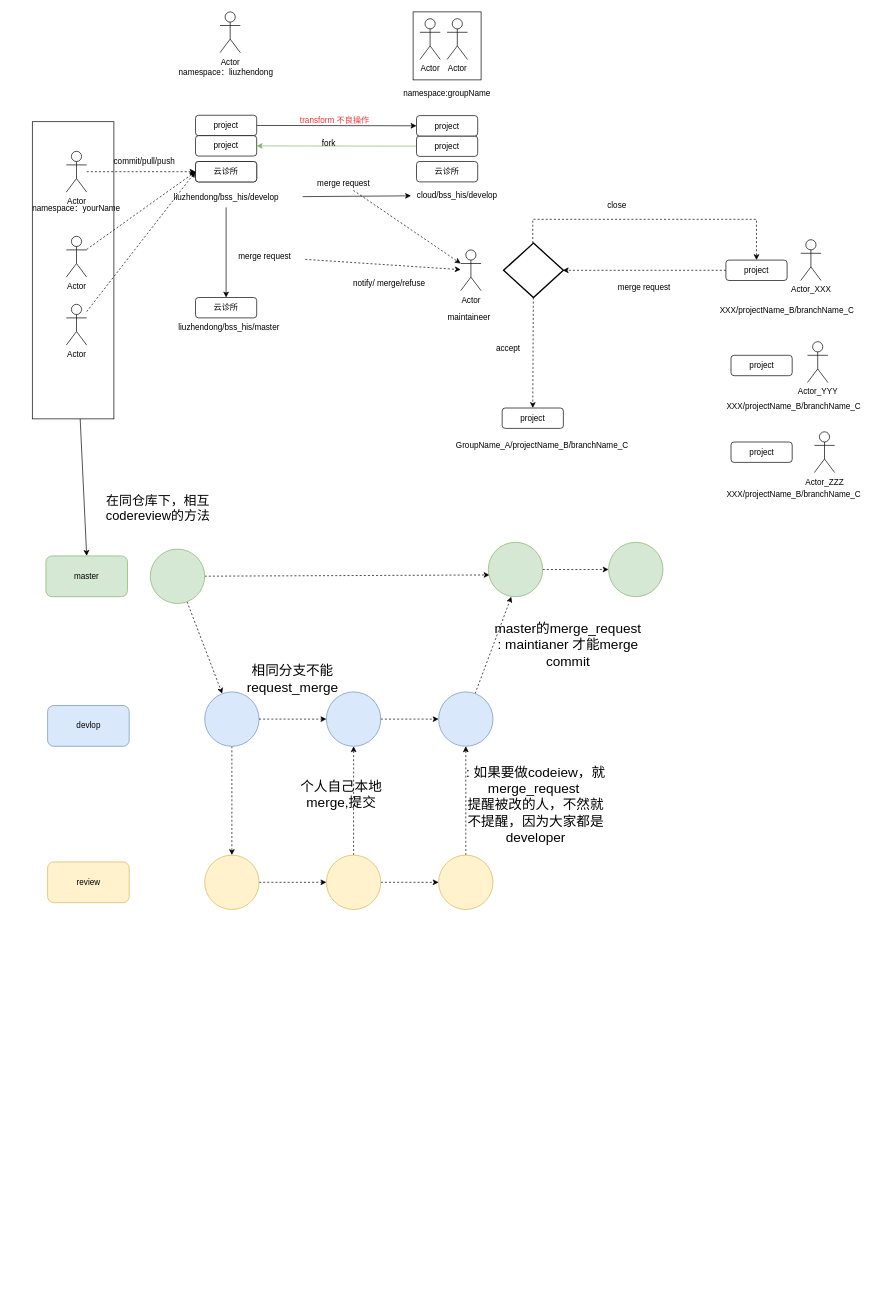
Before: github.drawio in lzdong0714/note, a draw.io diagram. Source tidied: cells renumbered, new cells numbered last; positions are measured from the earlier drawing's top-left corner, leaving out a move shared by most shapes. Both pictures are drawn from the tidied source at 68%, with x=0, y=0 at pixel (25, 12).
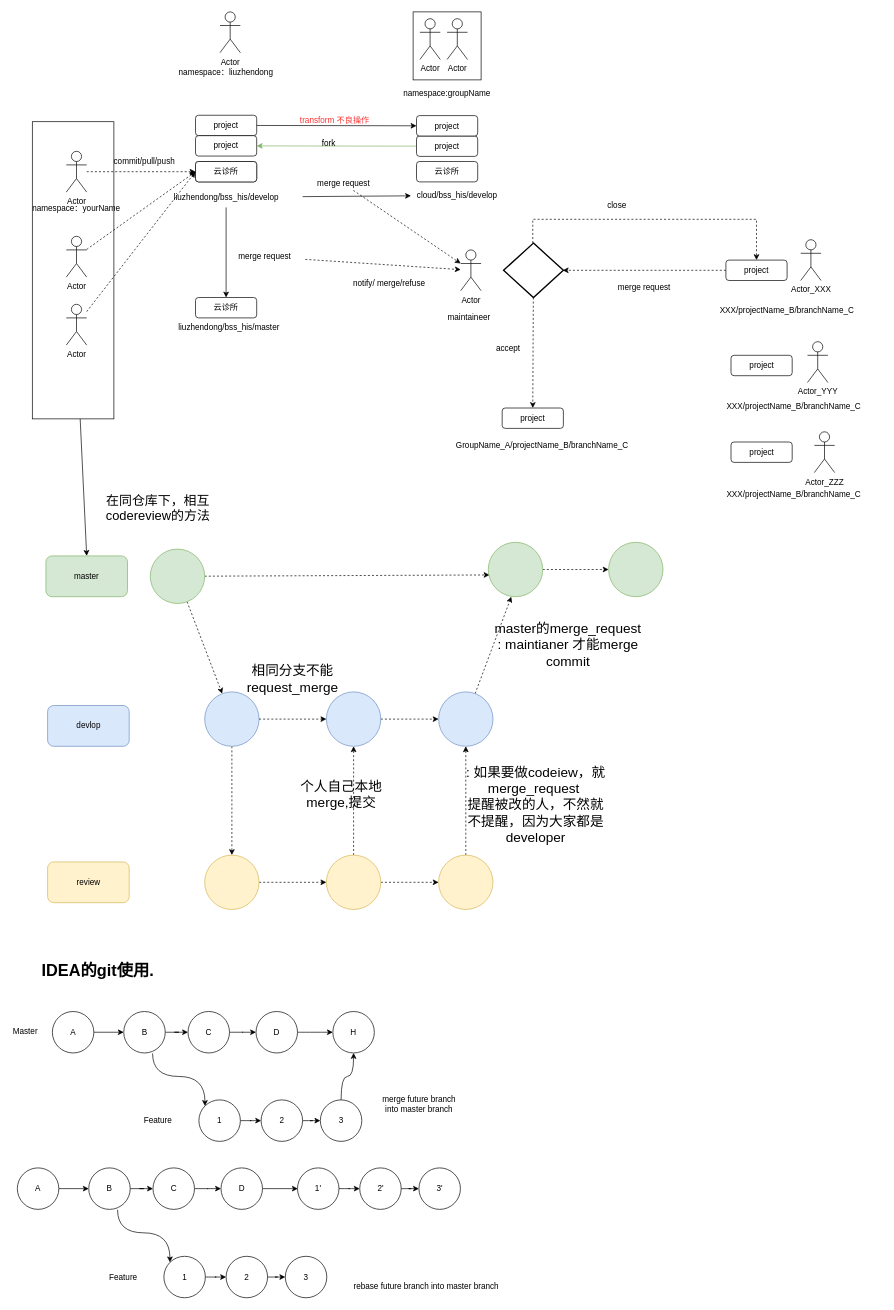
The same diagram, later.

The edit, as a diff of the source:
```diff
@@
+    <mxCell id="89" value="&lt;h1&gt;IDEA的git使用.&lt;/h1&gt;&lt;div&gt;&lt;br&gt;&lt;/div&gt;&lt;div&gt;&lt;br&gt;&lt;/div&gt;&lt;div&gt;&lt;br&gt;&lt;/div&gt;" style="text;html=1;strokeColor=none;fillColor=none;spacing=5;spacingTop=-20;whiteSpace=wrap;overflow=hidden;rounded=0;fontColor=#000000;" parent="1" vertex="1">
+      <mxGeometry x="19" y="1390" width="211" height="60" as="geometry" />
+    </mxCell>
+    <mxCell id="90" style="edgeStyle=orthogonalEdgeStyle;rounded=0;jettySize=auto;html=1;entryX=0;entryY=0.5;entryDx=0;entryDy=0;fontColor=#000000;" parent="1" edge="1" source="91" target="93">
+      <mxGeometry relative="1" as="geometry" />
+    </mxCell>
+    <mxCell id="91" value="A" style="ellipse;whiteSpace=wrap;html=1;fontColor=#000000;" parent="1" vertex="1">
+      <mxGeometry x="39.5" y="1470" width="61" height="61" as="geometry" />
+    </mxCell>
+    <mxCell id="92" style="edgeStyle=orthogonalEdgeStyle;rounded=0;jettySize=auto;html=1;entryX=0;entryY=0.5;entryDx=0;entryDy=0;fontColor=#000000;" parent="1" edge="1" source="93" target="95">
+      <mxGeometry relative="1" as="geometry" />
+    </mxCell>
+    <mxCell id="93" value="B" style="ellipse;whiteSpace=wrap;html=1;fontColor=#000000;" parent="1" vertex="1">
+      <mxGeometry x="144.5" y="1470" width="61" height="61" as="geometry" />
+    </mxCell>
+    <mxCell id="94" style="edgeStyle=orthogonalEdgeStyle;rounded=0;jettySize=auto;html=1;entryX=0;entryY=0.5;entryDx=0;entryDy=0;fontColor=#000000;" parent="1" edge="1" source="95" target="98">
+      <mxGeometry relative="1" as="geometry" />
+    </mxCell>
+    <mxCell id="95" value="C" style="ellipse;whiteSpace=wrap;html=1;fontColor=#000000;" parent="1" vertex="1">
+      <mxGeometry x="239" y="1470" width="61" height="61" as="geometry" />
+    </mxCell>
+    <mxCell id="96" style="edgeStyle=orthogonalEdgeStyle;rounded=0;jettySize=auto;html=1;exitX=0.695;exitY=1.011;exitDx=0;exitDy=0;entryX=0;entryY=0;entryDx=0;entryDy=0;fontColor=#000000;curved=1;exitPerimeter=0;" parent="1" edge="1" source="93" target="100">
+      <mxGeometry relative="1" as="geometry" />
+    </mxCell>
+    <mxCell id="97" style="edgeStyle=orthogonalEdgeStyle;curved=1;rounded=0;jettySize=auto;html=1;entryX=0;entryY=0.5;entryDx=0;entryDy=0;fontColor=#000000;" parent="1" edge="1" source="98" target="105">
+      <mxGeometry relative="1" as="geometry" />
+    </mxCell>
+    <mxCell id="98" value="D" style="ellipse;whiteSpace=wrap;html=1;fontColor=#000000;" parent="1" vertex="1">
+      <mxGeometry x="339" y="1470" width="61" height="61" as="geometry" />
+    </mxCell>
+    <mxCell id="99" style="edgeStyle=orthogonalEdgeStyle;curved=1;rounded=0;jettySize=auto;html=1;fontColor=#000000;" parent="1" edge="1" source="100" target="102">
+      <mxGeometry relative="1" as="geometry" />
+    </mxCell>
+    <mxCell id="100" value="1" style="ellipse;whiteSpace=wrap;html=1;fontColor=#000000;" parent="1" vertex="1">
+      <mxGeometry x="255" y="1600" width="61" height="61" as="geometry" />
+    </mxCell>
+    <mxCell id="101" style="edgeStyle=orthogonalEdgeStyle;curved=1;rounded=0;jettySize=auto;html=1;entryX=0;entryY=0.5;entryDx=0;entryDy=0;fontColor=#000000;" parent="1" edge="1" source="102" target="104">
+      <mxGeometry relative="1" as="geometry" />
+    </mxCell>
+    <mxCell id="102" value="2" style="ellipse;whiteSpace=wrap;html=1;fontColor=#000000;" parent="1" vertex="1">
+      <mxGeometry x="346.5" y="1600" width="61" height="61" as="geometry" />
+    </mxCell>
+    <mxCell id="103" style="edgeStyle=orthogonalEdgeStyle;curved=1;rounded=0;jettySize=auto;html=1;entryX=0.5;entryY=1;entryDx=0;entryDy=0;fontColor=#000000;" parent="1" edge="1" source="104" target="105">
+      <mxGeometry relative="1" as="geometry" />
+    </mxCell>
+    <mxCell id="104" value="3" style="ellipse;whiteSpace=wrap;html=1;fontColor=#000000;" parent="1" vertex="1">
+      <mxGeometry x="433.6" y="1600" width="61" height="61" as="geometry" />
+    </mxCell>
+    <mxCell id="105" value="H" style="ellipse;whiteSpace=wrap;html=1;fontColor=#000000;" parent="1" vertex="1">
+      <mxGeometry x="452" y="1470" width="61" height="61" as="geometry" />
+    </mxCell>
+    <mxCell id="106" value="Master" style="text;html=1;strokeColor=none;fillColor=none;align=center;verticalAlign=middle;whiteSpace=wrap;rounded=0;fontColor=#000000;" parent="1" vertex="1">
+      <mxGeometry x="-20" y="1490" width="40" height="20" as="geometry" />
+    </mxCell>
+    <mxCell id="107" value="Feature" style="text;html=1;strokeColor=none;fillColor=none;align=center;verticalAlign=middle;whiteSpace=wrap;rounded=0;fontColor=#000000;" parent="1" vertex="1">
+      <mxGeometry x="175" y="1620.5" width="40" height="20" as="geometry" />
+    </mxCell>
+    <mxCell id="108" value="merge future branch into master branch" style="text;html=1;strokeColor=none;fillColor=none;align=center;verticalAlign=middle;whiteSpace=wrap;rounded=0;fontColor=#000000;" parent="1" vertex="1">
+      <mxGeometry x="522.5" y="1590.5" width="112" height="30" as="geometry" />
+    </mxCell>
+    <mxCell id="109" style="edgeStyle=orthogonalEdgeStyle;rounded=0;jettySize=auto;html=1;entryX=0;entryY=0.5;entryDx=0;entryDy=0;fontColor=#000000;" parent="1" edge="1" source="110" target="112">
+      <mxGeometry relative="1" as="geometry" />
+    </mxCell>
+    <mxCell id="110" value="A" style="ellipse;whiteSpace=wrap;html=1;fontColor=#000000;" parent="1" vertex="1">
+      <mxGeometry x="-12" y="1700" width="61" height="61" as="geometry" />
+    </mxCell>
+    <mxCell id="111" style="edgeStyle=orthogonalEdgeStyle;rounded=0;jettySize=auto;html=1;entryX=0;entryY=0.5;entryDx=0;entryDy=0;fontColor=#000000;" parent="1" edge="1" source="112" target="114">
+      <mxGeometry relative="1" as="geometry" />
+    </mxCell>
+    <mxCell id="112" value="B" style="ellipse;whiteSpace=wrap;html=1;fontColor=#000000;" parent="1" vertex="1">
+      <mxGeometry x="93" y="1700" width="61" height="61" as="geometry" />
+    </mxCell>
+    <mxCell id="113" style="edgeStyle=orthogonalEdgeStyle;rounded=0;jettySize=auto;html=1;entryX=0;entryY=0.5;entryDx=0;entryDy=0;fontColor=#000000;" parent="1" edge="1" source="114" target="117">
+      <mxGeometry relative="1" as="geometry" />
+    </mxCell>
+    <mxCell id="114" value="C" style="ellipse;whiteSpace=wrap;html=1;fontColor=#000000;" parent="1" vertex="1">
+      <mxGeometry x="187.5" y="1700" width="61" height="61" as="geometry" />
+    </mxCell>
+    <mxCell id="115" style="edgeStyle=orthogonalEdgeStyle;rounded=0;jettySize=auto;html=1;exitX=0.695;exitY=1.011;exitDx=0;exitDy=0;entryX=0;entryY=0;entryDx=0;entryDy=0;fontColor=#000000;curved=1;exitPerimeter=0;" parent="1" edge="1" source="112" target="119">
+      <mxGeometry relative="1" as="geometry" />
+    </mxCell>
+    <mxCell id="116" style="edgeStyle=orthogonalEdgeStyle;curved=1;rounded=0;jettySize=auto;html=1;entryX=0;entryY=0.5;entryDx=0;entryDy=0;fontColor=#000000;" parent="1" edge="1" source="117">
+      <mxGeometry relative="1" as="geometry">
+        <mxPoint x="400.5" y="1730.5" as="targetPoint" />
+      </mxGeometry>
+    </mxCell>
+    <mxCell id="117" value="D" style="ellipse;whiteSpace=wrap;html=1;fontColor=#000000;" parent="1" vertex="1">
+      <mxGeometry x="287.5" y="1700" width="61" height="61" as="geometry" />
+    </mxCell>
+    <mxCell id="118" style="edgeStyle=orthogonalEdgeStyle;curved=1;rounded=0;jettySize=auto;html=1;fontColor=#000000;" parent="1" edge="1" source="119" target="121">
+      <mxGeometry relative="1" as="geometry" />
+    </mxCell>
+    <mxCell id="119" value="1" style="ellipse;whiteSpace=wrap;html=1;fontColor=#000000;" parent="1" vertex="1">
+      <mxGeometry x="203.5" y="1830" width="61" height="61" as="geometry" />
+    </mxCell>
+    <mxCell id="120" style="edgeStyle=orthogonalEdgeStyle;curved=1;rounded=0;jettySize=auto;html=1;entryX=0;entryY=0.5;entryDx=0;entryDy=0;fontColor=#000000;" parent="1" edge="1" source="121" target="122">
+      <mxGeometry relative="1" as="geometry" />
+    </mxCell>
+    <mxCell id="121" value="2" style="ellipse;whiteSpace=wrap;html=1;fontColor=#000000;" parent="1" vertex="1">
+      <mxGeometry x="295" y="1830" width="61" height="61" as="geometry" />
+    </mxCell>
+    <mxCell id="122" value="3" style="ellipse;whiteSpace=wrap;html=1;fontColor=#000000;" parent="1" vertex="1">
+      <mxGeometry x="382.1" y="1830" width="61" height="61" as="geometry" />
+    </mxCell>
+    <mxCell id="123" value="Feature" style="text;html=1;strokeColor=none;fillColor=none;align=center;verticalAlign=middle;whiteSpace=wrap;rounded=0;fontColor=#000000;" parent="1" vertex="1">
+      <mxGeometry x="123.5" y="1850.5" width="40" height="20" as="geometry" />
+    </mxCell>
+    <mxCell id="124" value="rebase future branch into master branch" style="text;html=1;strokeColor=none;fillColor=none;align=center;verticalAlign=middle;whiteSpace=wrap;rounded=0;fontColor=#000000;" parent="1" vertex="1">
+      <mxGeometry x="479" y="1860" width="221" height="30" as="geometry" />
+    </mxCell>
+    <mxCell id="125" style="edgeStyle=orthogonalEdgeStyle;curved=1;rounded=0;jettySize=auto;html=1;entryX=0;entryY=0.5;entryDx=0;entryDy=0;fontColor=#000000;" parent="1" edge="1" source="126" target="128">
+      <mxGeometry relative="1" as="geometry" />
+    </mxCell>
+    <mxCell id="126" value="1'" style="ellipse;whiteSpace=wrap;html=1;fontColor=#000000;" parent="1" vertex="1">
+      <mxGeometry x="400" y="1700" width="61" height="61" as="geometry" />
+    </mxCell>
+    <mxCell id="127" style="edgeStyle=orthogonalEdgeStyle;curved=1;rounded=0;jettySize=auto;html=1;entryX=0;entryY=0.5;entryDx=0;entryDy=0;fontColor=#000000;" parent="1" edge="1" source="128" target="129">
+      <mxGeometry relative="1" as="geometry" />
+    </mxCell>
+    <mxCell id="128" value="2'" style="ellipse;whiteSpace=wrap;html=1;fontColor=#000000;" parent="1" vertex="1">
+      <mxGeometry x="491.5" y="1700" width="61" height="61" as="geometry" />
+    </mxCell>
+    <mxCell id="129" value="3'" style="ellipse;whiteSpace=wrap;html=1;fontColor=#000000;" parent="1" vertex="1">
+      <mxGeometry x="578.6" y="1700" width="61" height="61" as="geometry" />
+    </mxCell>
```
